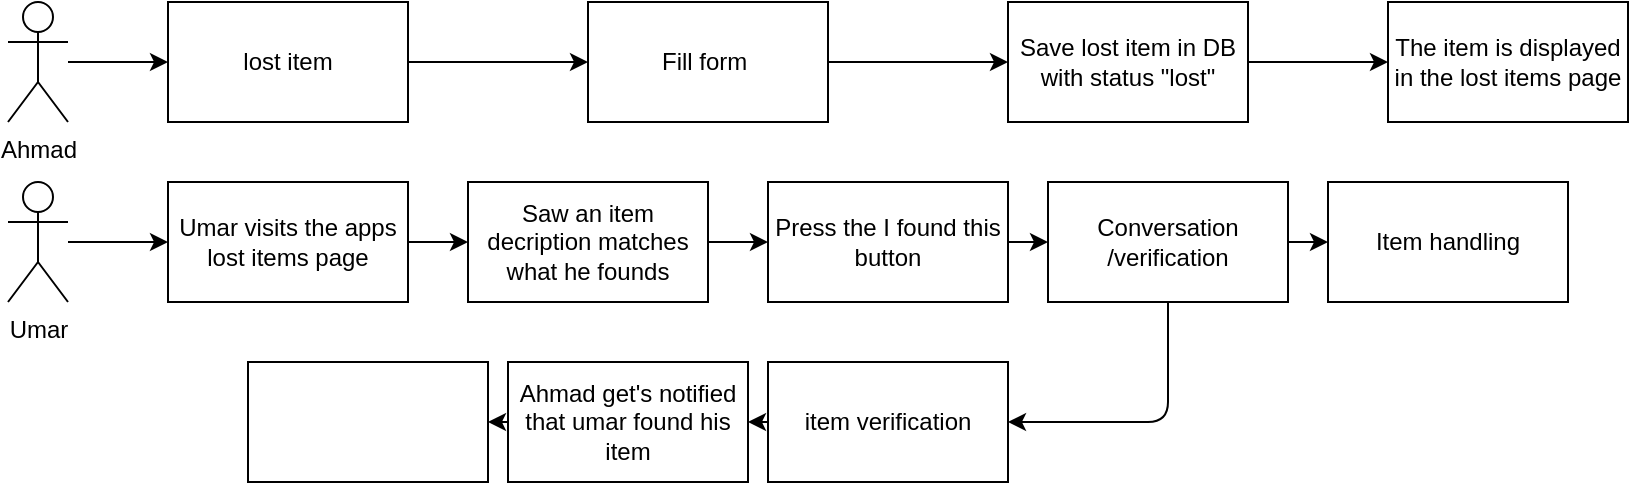
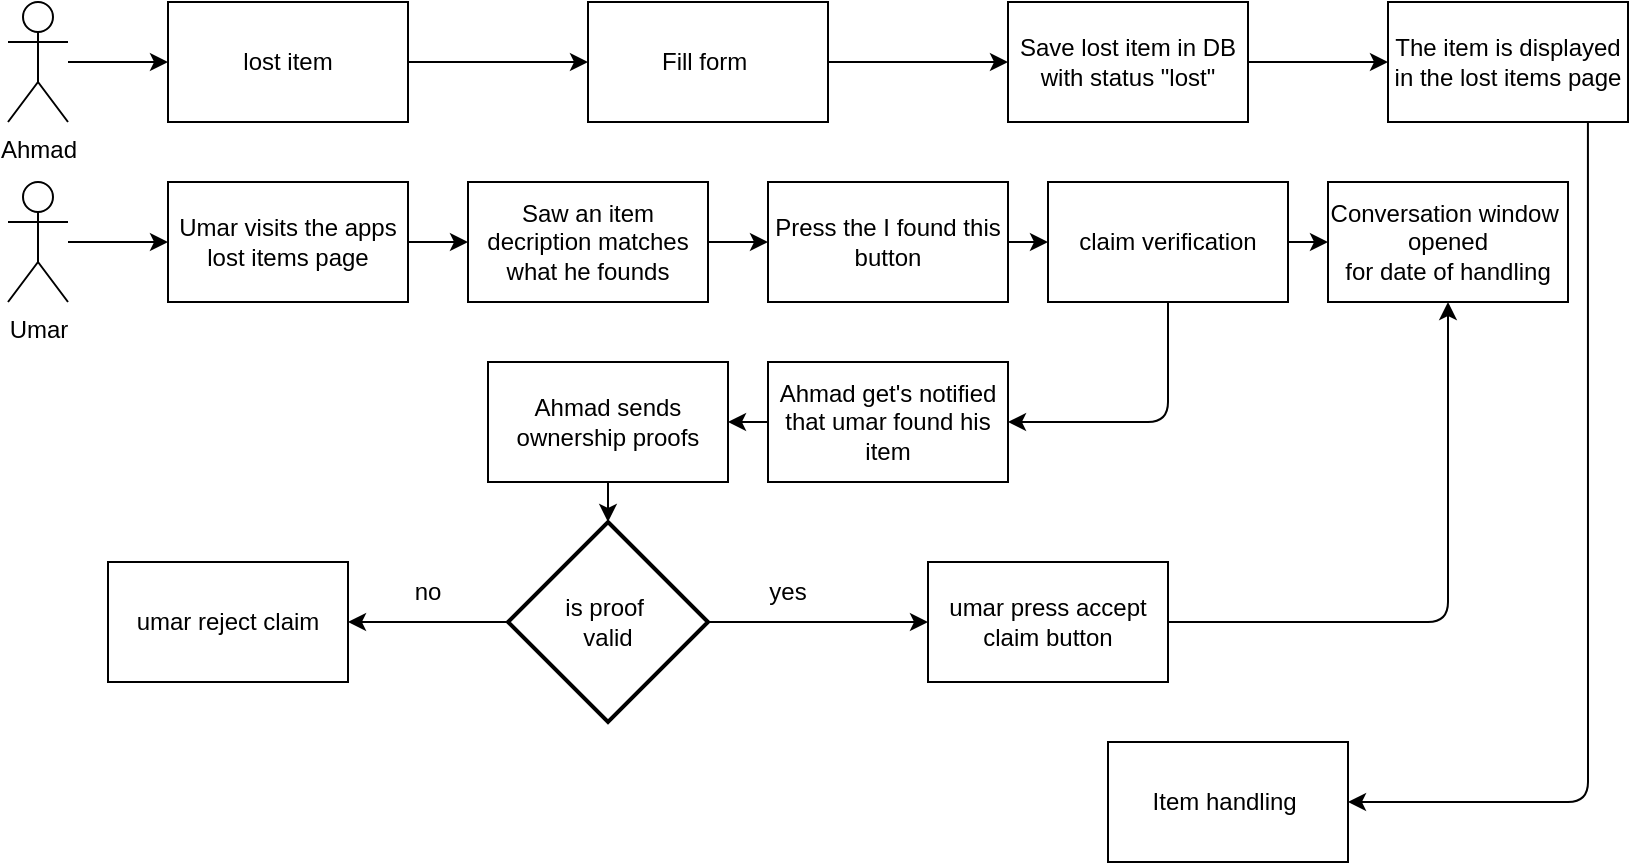
<mxfile host="65bd71144e">
    <diagram id="i1hBtsmhHRajQAO7jnXf" name="Page-1">
-         <mxGraphModel dx="937" dy="475" grid="1" gridSize="10" guides="1" tooltips="1" connect="1" arrows="1" fold="1" page="1" pageScale="1" pageWidth="850" pageHeight="1100" math="0" shadow="0">
+         <mxGraphModel dx="872" dy="475" grid="1" gridSize="10" guides="1" tooltips="1" connect="1" arrows="1" fold="1" page="1" pageScale="1" pageWidth="850" pageHeight="1100" math="0" shadow="0">
            <root>
                <mxCell id="0"/>
                <mxCell id="1" parent="0"/>
                <mxCell id="5" value="" style="edgeStyle=none;html=1;" parent="1" source="2" target="4" edge="1">
                    <mxGeometry relative="1" as="geometry"/>
                </mxCell>
                <mxCell id="2" value="lost item" style="rounded=0;whiteSpace=wrap;html=1;" parent="1" vertex="1">
                    <mxGeometry x="90" y="80" width="120" height="60" as="geometry"/>
                </mxCell>
                <mxCell id="7" value="" style="edgeStyle=none;html=1;" parent="1" source="4" target="6" edge="1">
                    <mxGeometry relative="1" as="geometry"/>
                </mxCell>
                <mxCell id="4" value="Fill form&amp;nbsp;" style="rounded=0;whiteSpace=wrap;html=1;" parent="1" vertex="1">
                    <mxGeometry x="300" y="80" width="120" height="60" as="geometry"/>
                </mxCell>
                <mxCell id="22" value="" style="edgeStyle=none;html=1;" parent="1" source="6" target="21" edge="1">
                    <mxGeometry relative="1" as="geometry"/>
                </mxCell>
                <mxCell id="6" value="Save lost item in DB&lt;div&gt;with status &quot;lost&quot;&lt;/div&gt;" style="rounded=0;whiteSpace=wrap;html=1;" parent="1" vertex="1">
                    <mxGeometry x="510" y="80" width="120" height="60" as="geometry"/>
                </mxCell>
                <mxCell id="11" value="" style="edgeStyle=none;html=1;" parent="1" source="10" target="2" edge="1">
                    <mxGeometry relative="1" as="geometry"/>
                </mxCell>
                <mxCell id="10" value="Ahmad&lt;div&gt;&lt;br&gt;&lt;/div&gt;" style="shape=umlActor;verticalLabelPosition=bottom;verticalAlign=top;html=1;outlineConnect=0;" parent="1" vertex="1">
                    <mxGeometry x="10" y="80" width="30" height="60" as="geometry"/>
                </mxCell>
                <mxCell id="24" value="" style="edgeStyle=none;html=1;" parent="1" source="14" target="23" edge="1">
                    <mxGeometry relative="1" as="geometry"/>
                </mxCell>
                <mxCell id="14" value="Umar&lt;div&gt;&lt;br&gt;&lt;/div&gt;" style="shape=umlActor;verticalLabelPosition=bottom;verticalAlign=top;html=1;outlineConnect=0;" parent="1" vertex="1">
                    <mxGeometry x="10" y="170" width="30" height="60" as="geometry"/>
                </mxCell>
+                 <mxCell id="73" style="edgeStyle=none;html=1;exitX=0.833;exitY=1;exitDx=0;exitDy=0;exitPerimeter=0;" edge="1" parent="1" source="21" target="72">
+                     <mxGeometry relative="1" as="geometry">
+                         <mxPoint x="800" y="150" as="sourcePoint"/>
+                         <Array as="points">
+                             <mxPoint x="800" y="480"/>
+                         </Array>
+                     </mxGeometry>
+                 </mxCell>
                <mxCell id="21" value="The item is displayed in the lost items page" style="rounded=0;whiteSpace=wrap;html=1;" parent="1" vertex="1">
                    <mxGeometry x="700" y="80" width="120" height="60" as="geometry"/>
                </mxCell>
                <mxCell id="26" value="" style="edgeStyle=none;html=1;" parent="1" source="23" target="25" edge="1">
                    <mxGeometry relative="1" as="geometry"/>
                </mxCell>
                <mxCell id="23" value="Umar visits the apps lost items page" style="rounded=0;whiteSpace=wrap;html=1;" parent="1" vertex="1">
                    <mxGeometry x="90" y="170" width="120" height="60" as="geometry"/>
                </mxCell>
                <mxCell id="28" value="" style="edgeStyle=none;html=1;" parent="1" source="25" target="27" edge="1">
                    <mxGeometry relative="1" as="geometry"/>
                </mxCell>
                <mxCell id="25" value="Saw an item decription matches what he founds" style="rounded=0;whiteSpace=wrap;html=1;" parent="1" vertex="1">
                    <mxGeometry x="240" y="170" width="120" height="60" as="geometry"/>
                </mxCell>
                <mxCell id="36" value="" style="edgeStyle=none;html=1;" parent="1" source="27" target="35" edge="1">
                    <mxGeometry relative="1" as="geometry"/>
                </mxCell>
                <mxCell id="27" value="Press the I found this&lt;div&gt;button&lt;/div&gt;" style="rounded=0;whiteSpace=wrap;html=1;" parent="1" vertex="1">
                    <mxGeometry x="390" y="170" width="120" height="60" as="geometry"/>
                </mxCell>
                <mxCell id="38" value="" style="edgeStyle=none;html=1;" parent="1" source="35" target="37" edge="1">
                    <mxGeometry relative="1" as="geometry"/>
                </mxCell>
-                 <mxCell id="48" style="edgeStyle=none;html=1;entryX=1;entryY=0.5;entryDx=0;entryDy=0;" edge="1" parent="1" source="35" target="47">
+                 <mxCell id="48" style="edgeStyle=none;html=1;entryX=1;entryY=0.5;entryDx=0;entryDy=0;" parent="1" source="35" target="49" edge="1">
                    <mxGeometry relative="1" as="geometry">
-                         <mxPoint x="590" y="280" as="targetPoint"/>
+                         <mxPoint x="510" y="290" as="targetPoint"/>
                        <Array as="points">
                            <mxPoint x="590" y="290"/>
                        </Array>
                    </mxGeometry>
                </mxCell>
-                 <mxCell id="35" value="Conversation&lt;div&gt;/verification&lt;/div&gt;" style="rounded=0;whiteSpace=wrap;html=1;" parent="1" vertex="1">
+                 <mxCell id="35" value="claim verification" style="rounded=0;whiteSpace=wrap;html=1;" parent="1" vertex="1">
                    <mxGeometry x="530" y="170" width="120" height="60" as="geometry"/>
                </mxCell>
-                 <mxCell id="37" value="Item handling" style="rounded=0;whiteSpace=wrap;html=1;" parent="1" vertex="1">
+                 <mxCell id="37" value="Conversation window&amp;nbsp;&lt;div&gt;opened&lt;/div&gt;&lt;div&gt;for date of handling&lt;/div&gt;" style="rounded=0;whiteSpace=wrap;html=1;" parent="1" vertex="1">
                    <mxGeometry x="670" y="170" width="120" height="60" as="geometry"/>
                </mxCell>
-                 <mxCell id="52" value="" style="edgeStyle=none;html=1;" edge="1" parent="1" source="47" target="49">
+                 <mxCell id="54" value="" style="edgeStyle=none;html=1;" parent="1" source="49" target="53" edge="1">
                    <mxGeometry relative="1" as="geometry"/>
                </mxCell>
-                 <mxCell id="47" value="item verification" style="rounded=0;whiteSpace=wrap;html=1;" vertex="1" parent="1">
+                 <mxCell id="49" value="Ahmad get&#39;s notified&lt;div&gt;that umar found his item&lt;/div&gt;" style="rounded=0;whiteSpace=wrap;html=1;" parent="1" vertex="1">
                    <mxGeometry x="390" y="260" width="120" height="60" as="geometry"/>
                </mxCell>
-                 <mxCell id="54" value="" style="edgeStyle=none;html=1;" edge="1" parent="1" source="49" target="53">
+                 <mxCell id="71" value="" style="edgeStyle=none;html=1;" parent="1" source="53" target="67" edge="1">
                    <mxGeometry relative="1" as="geometry"/>
                </mxCell>
-                 <mxCell id="49" value="Ahmad get&#39;s notified&lt;div&gt;that umar found his item&lt;/div&gt;" style="rounded=0;whiteSpace=wrap;html=1;" vertex="1" parent="1">
-                     <mxGeometry x="260" y="260" width="120" height="60" as="geometry"/>
+                 <mxCell id="53" value="Ahmad sends&lt;div&gt;ownership proofs&lt;/div&gt;" style="rounded=0;whiteSpace=wrap;html=1;" parent="1" vertex="1">
+                     <mxGeometry x="250" y="260" width="120" height="60" as="geometry"/>
                </mxCell>
-                 <mxCell id="53" value="" style="rounded=0;whiteSpace=wrap;html=1;" vertex="1" parent="1">
-                     <mxGeometry x="130" y="260" width="120" height="60" as="geometry"/>
+                 <mxCell id="62" style="edgeStyle=none;html=1;entryX=0.5;entryY=1;entryDx=0;entryDy=0;" parent="1" source="57" target="37" edge="1">
+                     <mxGeometry relative="1" as="geometry">
+                         <mxPoint x="700" y="390" as="targetPoint"/>
+                         <Array as="points">
+                             <mxPoint x="730" y="390"/>
+                         </Array>
+                     </mxGeometry>
+                 </mxCell>
+                 <mxCell id="57" value="umar press accept&lt;div&gt;claim button&lt;/div&gt;" style="whiteSpace=wrap;html=1;" parent="1" vertex="1">
+                     <mxGeometry x="470" y="360" width="120" height="60" as="geometry"/>
+                 </mxCell>
+                 <mxCell id="59" value="yes" style="text;html=1;align=center;verticalAlign=middle;whiteSpace=wrap;rounded=0;" parent="1" vertex="1">
+                     <mxGeometry x="370" y="360" width="60" height="30" as="geometry"/>
+                 </mxCell>
+                 <mxCell id="63" value="no" style="text;html=1;align=center;verticalAlign=middle;whiteSpace=wrap;rounded=0;" parent="1" vertex="1">
+                     <mxGeometry x="190" y="360" width="60" height="30" as="geometry"/>
+                 </mxCell>
+                 <mxCell id="65" value="umar reject claim" style="whiteSpace=wrap;html=1;" parent="1" vertex="1">
+                     <mxGeometry x="60" y="360" width="120" height="60" as="geometry"/>
+                 </mxCell>
+                 <mxCell id="69" value="" style="edgeStyle=none;html=1;" parent="1" source="67" target="65" edge="1">
+                     <mxGeometry relative="1" as="geometry"/>
+                 </mxCell>
+                 <mxCell id="70" value="" style="edgeStyle=none;html=1;" parent="1" source="67" target="57" edge="1">
+                     <mxGeometry relative="1" as="geometry"/>
+                 </mxCell>
+                 <mxCell id="67" value="is proof&amp;nbsp;&lt;div&gt;valid&lt;/div&gt;" style="strokeWidth=2;html=1;shape=mxgraph.flowchart.decision;whiteSpace=wrap;" parent="1" vertex="1">
+                     <mxGeometry x="260" y="340" width="100" height="100" as="geometry"/>
+                 </mxCell>
+                 <mxCell id="72" value="Item handling&amp;nbsp;" style="rounded=0;whiteSpace=wrap;html=1;" vertex="1" parent="1">
+                     <mxGeometry x="560" y="450" width="120" height="60" as="geometry"/>
                </mxCell>
            </root>
        </mxGraphModel>
    </diagram>
</mxfile>